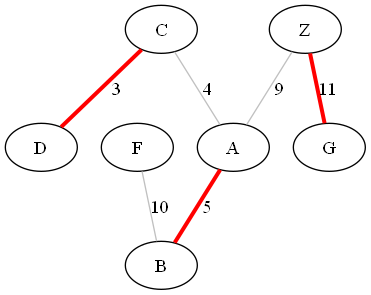
This is graph.png from YoussefRashidy/Graph-Benchmark, a Graphviz export, as it was before one commit. Its source is kept beside it as graph.dot. The source it was exported from:
```dot
            graph g {
                "A" -- "B" [label="5", color="red", penwidth=3];
"C" -- "D" [label="3", color="red", penwidth=3];
"C" -- "A" [label="4", color="gray", penwidth=1];
"F" -- "B" [label="10", color="gray", penwidth=1];
"Z" -- "G" [label="11", color="red", penwidth=3];
"Z" -- "A" [label="9", color="gray", penwidth=1];
            }
```
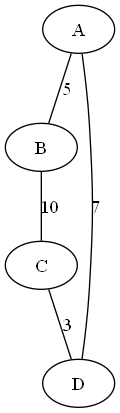
After the commit.

Diff of the diagram source:
```diff
@@ -1,8 +1,6 @@
             graph g {
-                "A" -- "B" [label="5", color="red", penwidth=3];
-"C" -- "D" [label="3", color="red", penwidth=3];
-"C" -- "A" [label="4", color="gray", penwidth=1];
-"F" -- "B" [label="10", color="gray", penwidth=1];
-"Z" -- "G" [label="11", color="red", penwidth=3];
-"Z" -- "A" [label="9", color="gray", penwidth=1];
+                "A" -- "B" [label="5"];
+"B" -- "C" [label="10"];
+"C" -- "D" [label="3"];
+"D" -- "A" [label="7"];
             }
```
